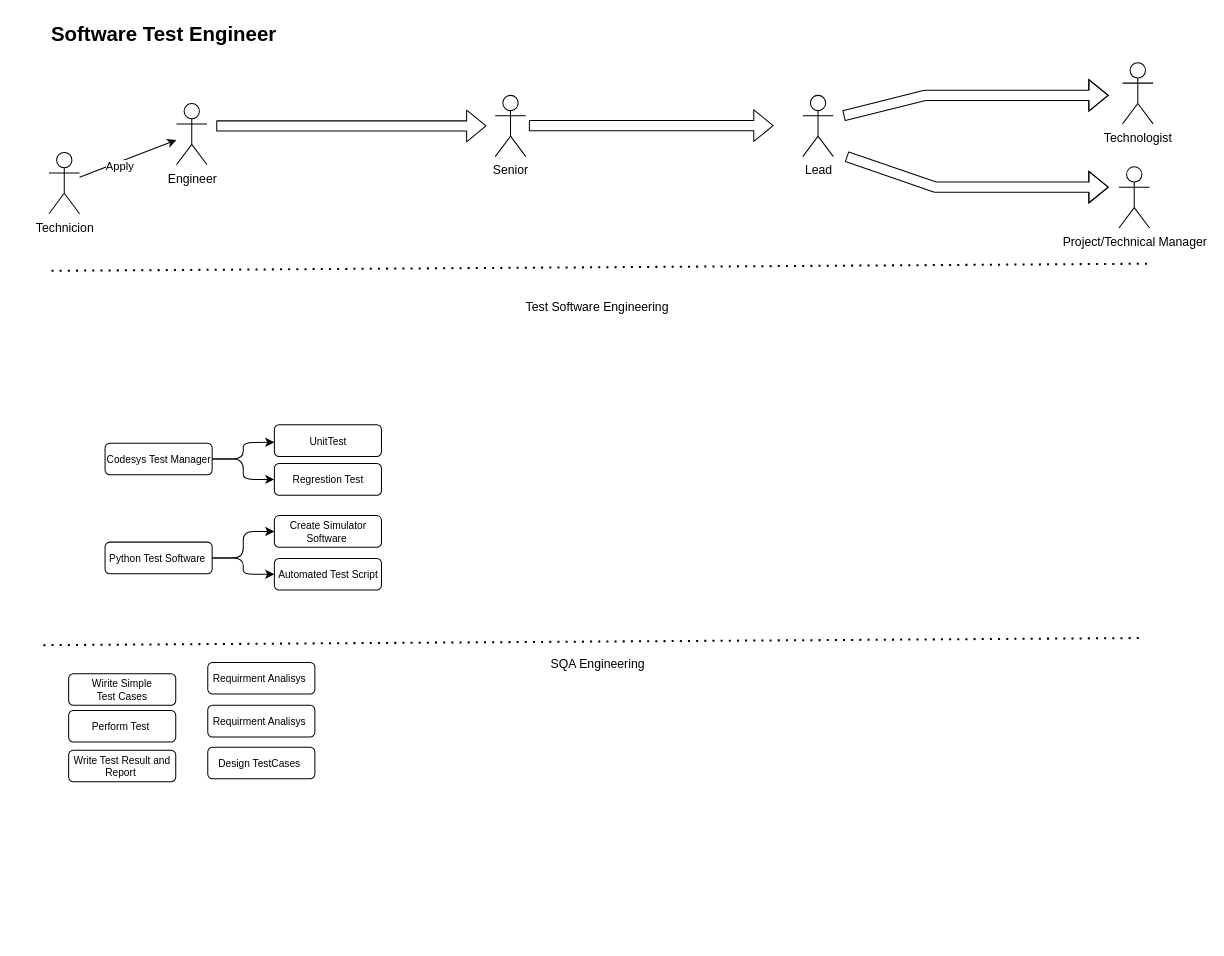
Earlier version of the draw.io diagram page "Software Test Engineer" (4 of 5) of CareerWorkShop.drawio (EdwardsKorea/CommonDrawIO). Source tidied: cells renumbered, new cells numbered last; positions are measured from the earlier drawing's top-left corner, leaving out a move shared by most shapes. Both pictures are drawn from the tidied source at 102%, with x=0, y=0 at pixel (43, 17).
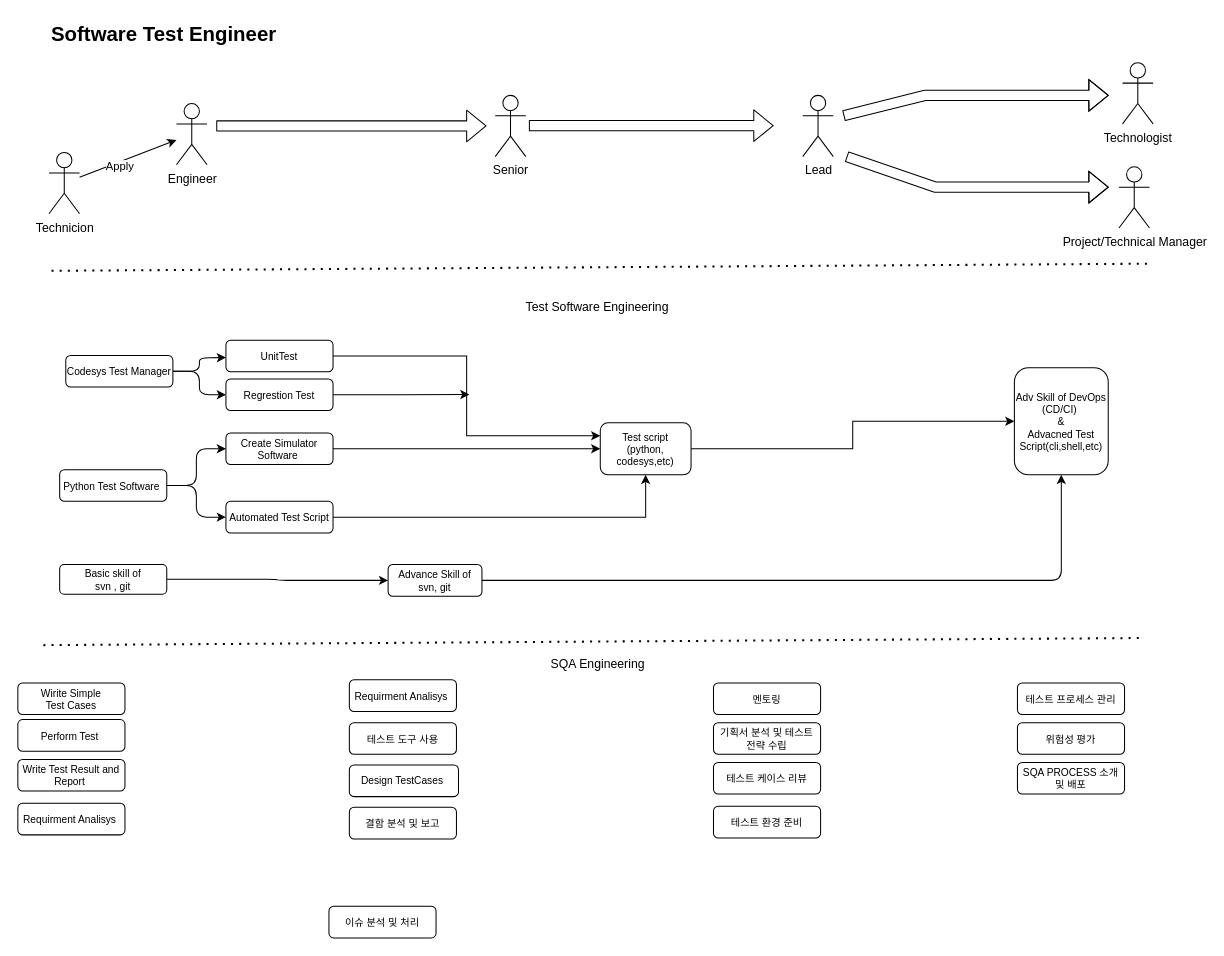
The same page after the edit.

What changed in the source:
```diff
@@
     <mxCell id="11" value="Wirite Simple &lt;br&gt;Test Cases" style="rounded=1;whiteSpace=wrap;html=1;fontSize=10;" parent="1" vertex="1">
-      <mxGeometry x="24.8" y="643" width="105" height="31" as="geometry" />
+      <mxGeometry x="-25" y="652" width="105" height="31" as="geometry" />
     </mxCell>
     <mxCell id="12" value="Perform Test&amp;nbsp;" style="rounded=1;whiteSpace=wrap;html=1;fontSize=10;" parent="1" vertex="1">
-      <mxGeometry x="24.8" y="679" width="105" height="31" as="geometry" />
+      <mxGeometry x="-25" y="688" width="105" height="31" as="geometry" />
     </mxCell>
     <mxCell id="13" value="Write Test Result and Report&amp;nbsp;" style="rounded=1;whiteSpace=wrap;html=1;fontSize=10;" parent="1" vertex="1">
-      <mxGeometry x="24.8" y="718" width="105" height="31" as="geometry" />
+      <mxGeometry x="-25" y="727" width="105" height="31" as="geometry" />
     </mxCell>
     <mxCell id="14" value="Requirment Analisys&amp;nbsp;" style="rounded=1;whiteSpace=wrap;html=1;fontSize=10;" parent="1" vertex="1">
-      <mxGeometry x="161.2" y="674" width="105" height="31" as="geometry" />
+      <mxGeometry x="-25" y="770" width="105" height="31" as="geometry" />
     </mxCell>
     <mxCell id="15" value="Design TestCases&amp;nbsp;" style="rounded=1;whiteSpace=wrap;html=1;fontSize=10;" parent="1" vertex="1">
-      <mxGeometry x="161.2" y="715" width="105" height="31" as="geometry" />
+      <mxGeometry x="300" y="732.5" width="107" height="31" as="geometry" />
     </mxCell>
@@
     <mxCell id="18" value="Python Test Software&amp;nbsp;" style="rounded=1;whiteSpace=wrap;html=1;fontSize=10;" parent="1" vertex="1">
-      <mxGeometry x="60.5" y="514" width="105" height="31" as="geometry" />
+      <mxGeometry x="16" y="443" width="105" height="31" as="geometry" />
     </mxCell>
     <mxCell id="19" style="edgeStyle=orthogonalEdgeStyle;rounded=1;jettySize=auto;html=1;" parent="1" edge="1" source="21">
       <mxGeometry relative="1" as="geometry">
-        <mxPoint x="226.5" y="416" as="targetPoint" />
+        <mxPoint x="179" y="333" as="targetPoint" />
       </mxGeometry>
     </mxCell>
@@
     <mxCell id="21" value="Codesys Test Manager" style="rounded=1;whiteSpace=wrap;html=1;fontSize=10;" parent="1" vertex="1">
-      <mxGeometry x="60.5" y="417" width="105" height="31" as="geometry" />
+      <mxGeometry x="22" y="331" width="105" height="31" as="geometry" />
     </mxCell>
+    <mxCell id="35" style="edgeStyle=orthogonalEdgeStyle;rounded=0;jettySize=auto;html=1;exitX=1;exitY=0.5;exitDx=0;exitDy=0;entryX=0;entryY=0.25;entryDx=0;entryDy=0;" parent="1" edge="1" source="22" target="48">
+      <mxGeometry relative="1" as="geometry" />
+    </mxCell>
     <mxCell id="22" value="UnitTest" style="rounded=1;whiteSpace=wrap;html=1;fontSize=10;" parent="1" vertex="1">
-      <mxGeometry x="226.5" y="399" width="105" height="31" as="geometry" />
+      <mxGeometry x="179" y="316" width="105" height="31" as="geometry" />
     </mxCell>
+    <mxCell id="36" style="edgeStyle=orthogonalEdgeStyle;rounded=0;jettySize=auto;html=1;exitX=1;exitY=0.5;exitDx=0;exitDy=0;" parent="1" edge="1" source="23">
+      <mxGeometry relative="1" as="geometry">
+        <mxPoint x="417.7" y="369.3" as="targetPoint" />
+      </mxGeometry>
+    </mxCell>
     <mxCell id="23" value="Regrestion Test" style="rounded=1;whiteSpace=wrap;html=1;fontSize=10;" parent="1" vertex="1">
-      <mxGeometry x="226.5" y="437" width="105" height="31" as="geometry" />
+      <mxGeometry x="179" y="354" width="105" height="31" as="geometry" />
     </mxCell>
     <mxCell id="24" value="Create Simulator Software&amp;nbsp;" style="rounded=1;whiteSpace=wrap;html=1;fontSize=10;" parent="1" vertex="1">
-      <mxGeometry x="226.5" y="488" width="105" height="31" as="geometry" />
+      <mxGeometry x="179" y="407" width="105" height="31" as="geometry" />
     </mxCell>
+    <mxCell id="37" style="edgeStyle=orthogonalEdgeStyle;rounded=0;jettySize=auto;html=1;exitX=1;exitY=0.5;exitDx=0;exitDy=0;entryX=0.5;entryY=1;entryDx=0;entryDy=0;" parent="1" edge="1" source="25" target="48">
+      <mxGeometry relative="1" as="geometry" />
+    </mxCell>
     <mxCell id="25" value="Automated Test Script" style="rounded=1;whiteSpace=wrap;html=1;fontSize=10;" parent="1" vertex="1">
-      <mxGeometry x="226.5" y="530" width="105" height="31" as="geometry" />
+      <mxGeometry x="179" y="474" width="105" height="31" as="geometry" />
     </mxCell>
@@
     <mxCell id="29" value="Requirment Analisys&amp;nbsp;" style="rounded=1;whiteSpace=wrap;html=1;fontSize=10;" parent="1" vertex="1">
-      <mxGeometry x="161.2" y="632" width="105" height="31" as="geometry" />
+      <mxGeometry x="300" y="649" width="105" height="31" as="geometry" />
     </mxCell>
@@
+    <mxCell id="38" value="테스트 도구 사용" style="rounded=1;whiteSpace=wrap;html=1;fontSize=10;" parent="1" vertex="1">
+      <mxGeometry x="300" y="691" width="105" height="31" as="geometry" />
+    </mxCell>
+    <mxCell id="39" value="멘토링" style="rounded=1;whiteSpace=wrap;html=1;fontSize=10;" parent="1" vertex="1">
+      <mxGeometry x="657" y="652" width="105" height="31" as="geometry" />
+    </mxCell>
+    <mxCell id="40" value="결함 분석 및 보고" style="rounded=1;whiteSpace=wrap;html=1;fontSize=10;" parent="1" vertex="1">
+      <mxGeometry x="300" y="774" width="105" height="31" as="geometry" />
+    </mxCell>
+    <mxCell id="41" value="테스트 프로세스 관리" style="rounded=1;whiteSpace=wrap;html=1;fontSize=10;" parent="1" vertex="1">
+      <mxGeometry x="955" y="652" width="105" height="31" as="geometry" />
+    </mxCell>
+    <mxCell id="42" style="edgeStyle=orthogonalEdgeStyle;rounded=1;jettySize=auto;html=1;entryX=0;entryY=0.5;entryDx=0;entryDy=0;exitX=1;exitY=0.5;exitDx=0;exitDy=0;" parent="1" edge="1" source="55" target="45">
+      <mxGeometry relative="1" as="geometry" />
+    </mxCell>
+    <mxCell id="43" style="edgeStyle=orthogonalEdgeStyle;rounded=1;jettySize=auto;html=1;entryX=0;entryY=0.5;entryDx=0;entryDy=0;exitX=1;exitY=0.5;exitDx=0;exitDy=0;" parent="1" edge="1" source="24" target="48">
+      <mxGeometry relative="1" as="geometry" />
+    </mxCell>
+    <mxCell id="44" style="edgeStyle=orthogonalEdgeStyle;rounded=1;jettySize=auto;html=1;" parent="1" edge="1" source="45" target="46">
+      <mxGeometry relative="1" as="geometry" />
+    </mxCell>
+    <mxCell id="45" value="Advance Skill of svn, git" style="rounded=1;whiteSpace=wrap;html=1;fontSize=10;" parent="1" vertex="1">
+      <mxGeometry x="338" y="536" width="92" height="31" as="geometry" />
+    </mxCell>
+    <mxCell id="46" value="Adv Skill of DevOps (CD/CI)&amp;nbsp;&lt;br&gt;&amp;amp;&lt;br&gt;Advacned Test Script(cli,shell,etc)" style="rounded=1;whiteSpace=wrap;html=1;fontSize=10;" parent="1" vertex="1">
+      <mxGeometry x="952" y="343" width="92" height="105" as="geometry" />
+    </mxCell>
+    <mxCell id="47" style="edgeStyle=orthogonalEdgeStyle;rounded=0;jettySize=auto;html=1;exitX=1;exitY=0.5;exitDx=0;exitDy=0;entryX=0;entryY=0.5;entryDx=0;entryDy=0;" parent="1" edge="1" source="48" target="46">
+      <mxGeometry relative="1" as="geometry" />
+    </mxCell>
+    <mxCell id="48" value="Test script&lt;br&gt;(python, codesys,etc)&lt;br&gt;" style="rounded=1;whiteSpace=wrap;html=1;fontSize=10;" parent="1" vertex="1">
+      <mxGeometry x="546" y="397" width="89" height="51" as="geometry" />
+    </mxCell>
+    <mxCell id="49" value="기획서 분석 및 테스트 전략 수립" style="rounded=1;whiteSpace=wrap;html=1;fontSize=10;" parent="1" vertex="1">
+      <mxGeometry x="657" y="691" width="105" height="31" as="geometry" />
+    </mxCell>
+    <mxCell id="50" value="테스트 케이스 리뷰" style="rounded=1;whiteSpace=wrap;html=1;fontSize=10;" parent="1" vertex="1">
+      <mxGeometry x="657" y="730" width="105" height="31" as="geometry" />
+    </mxCell>
+    <mxCell id="51" value="이슈 분석 및 처리" style="rounded=1;whiteSpace=wrap;html=1;fontSize=10;" parent="1" vertex="1">
+      <mxGeometry x="280" y="871" width="105" height="31" as="geometry" />
+    </mxCell>
+    <mxCell id="52" value="테스트 환경 준비" style="rounded=1;whiteSpace=wrap;html=1;fontSize=10;" parent="1" vertex="1">
+      <mxGeometry x="657" y="773" width="105" height="31" as="geometry" />
+    </mxCell>
+    <mxCell id="53" value="위험성 평가" style="rounded=1;whiteSpace=wrap;html=1;fontSize=10;" parent="1" vertex="1">
+      <mxGeometry x="955" y="691" width="105" height="31" as="geometry" />
+    </mxCell>
+    <mxCell id="54" value="SQA PROCESS 소개 및 배포" style="rounded=1;whiteSpace=wrap;html=1;fontSize=10;" parent="1" vertex="1">
+      <mxGeometry x="955" y="730" width="105" height="31" as="geometry" />
+    </mxCell>
+    <mxCell id="55" value="Basic skill of &lt;br&gt;svn , git" style="rounded=1;whiteSpace=wrap;html=1;fontSize=10;" parent="1" vertex="1">
+      <mxGeometry x="16" y="536" width="105" height="29" as="geometry" />
+    </mxCell>
```
